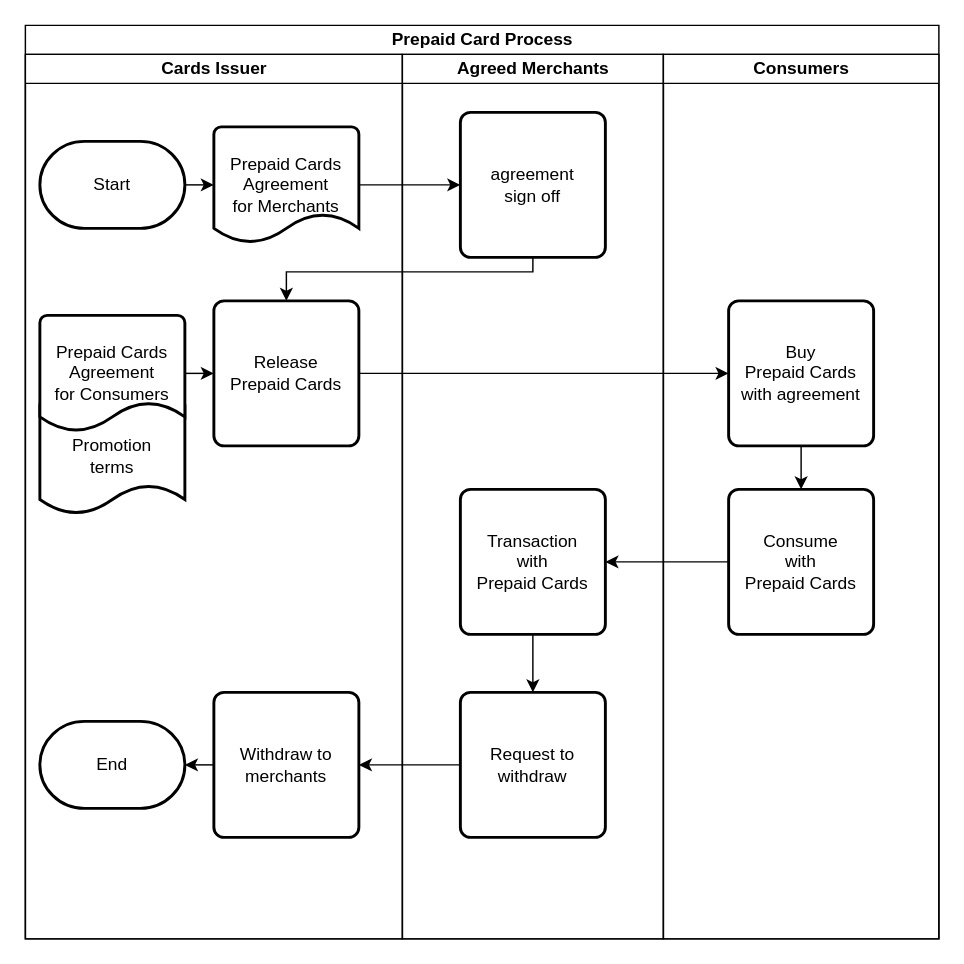
Before: prepaid card process.drawio in LinhaiShen/draw.io, a draw.io diagram. Source tidied: cells renumbered, new cells numbered last; positions are measured from the earlier drawing's top-left corner, leaving out a move shared by most shapes. Both pictures are drawn from the tidied source at 145%, with x=0, y=0 at pixel (25, 25).
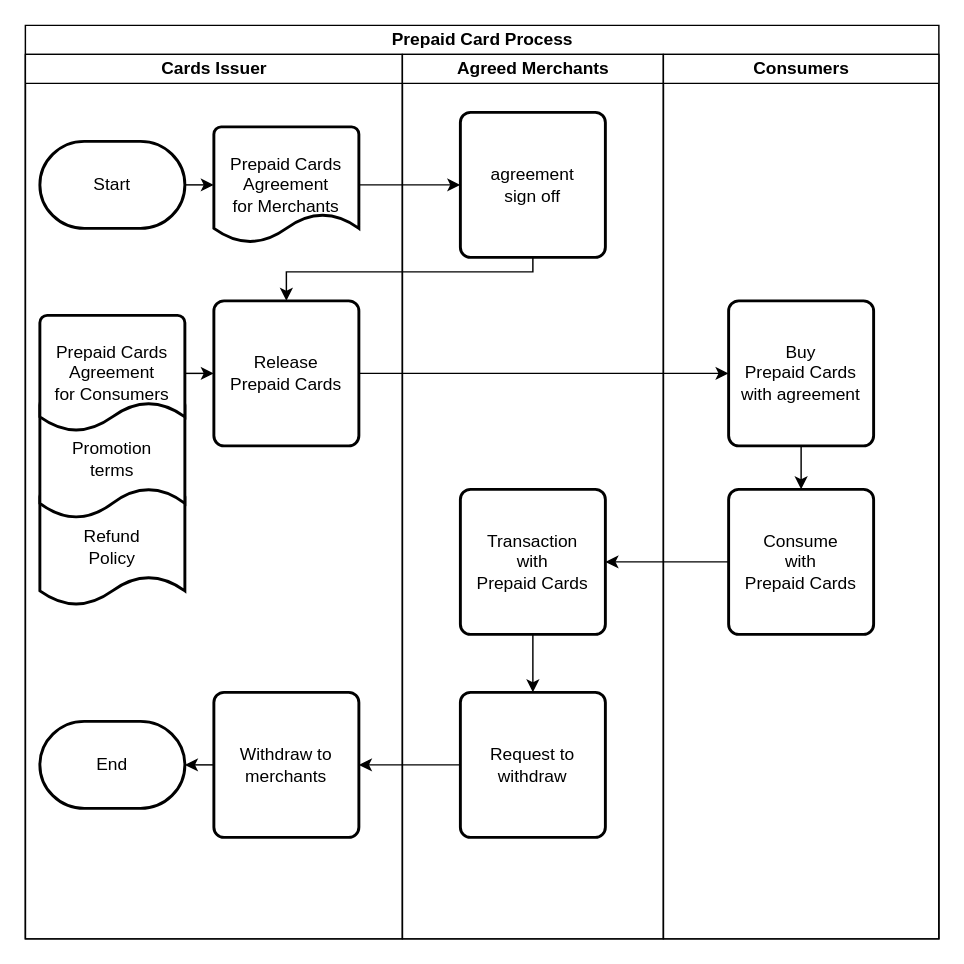
The same diagram, later.

Unchanged cells that the change refers to:
```xml
<mxCell id="3" value="Cards Issuer" style="swimlane;startSize=20;html=1;" parent="2" vertex="1">
  <mxGeometry y="20" width="260" height="610" as="geometry" />
</mxCell>
```

The edit, as a diff of the source:
```diff
@@
+    <mxCell id="28" value="Refund&lt;br&gt;Policy" style="strokeWidth=2;html=1;shape=mxgraph.flowchart.document2;whiteSpace=wrap;size=0.25;" parent="3" vertex="1">
+      <mxGeometry x="10" y="300" width="100" height="80" as="geometry" />
+    </mxCell>
     <mxCell id="4" value="Promotion&lt;br&gt;terms" style="strokeWidth=2;html=1;shape=mxgraph.flowchart.document2;whiteSpace=wrap;size=0.25;" parent="3" vertex="1">
-      <mxGeometry x="10" y="237" width="100" height="80" as="geometry" />
+      <mxGeometry x="10" y="237" width="100" height="83" as="geometry" />
     </mxCell>
```
